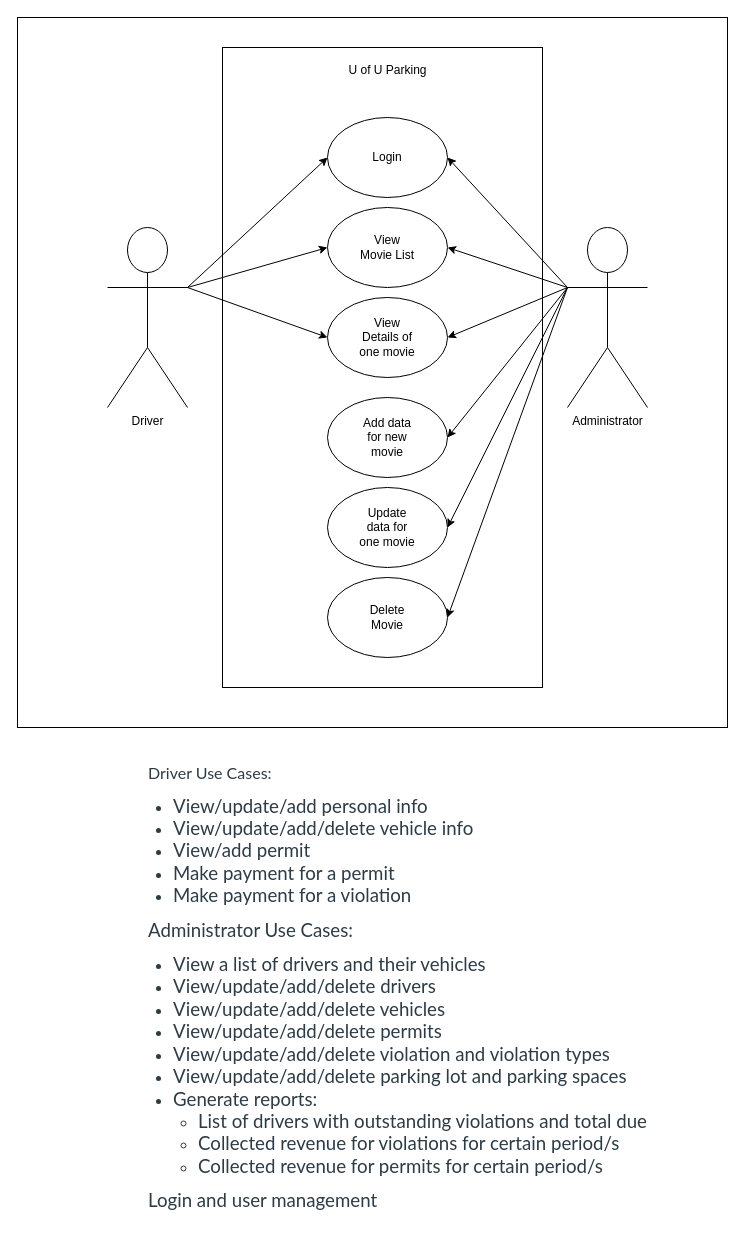
The draw.io diagram UofUParking_ProjectP.drawio in Vicapone/Web-Based-Applications, before the edit. Source tidied: cells renumbered, new cells numbered last; positions are measured from the earlier drawing's top-left corner, leaving out a move shared by most shapes. Both pictures are drawn from the tidied source at 100%, with x=0, y=0 at pixel (17, 17).
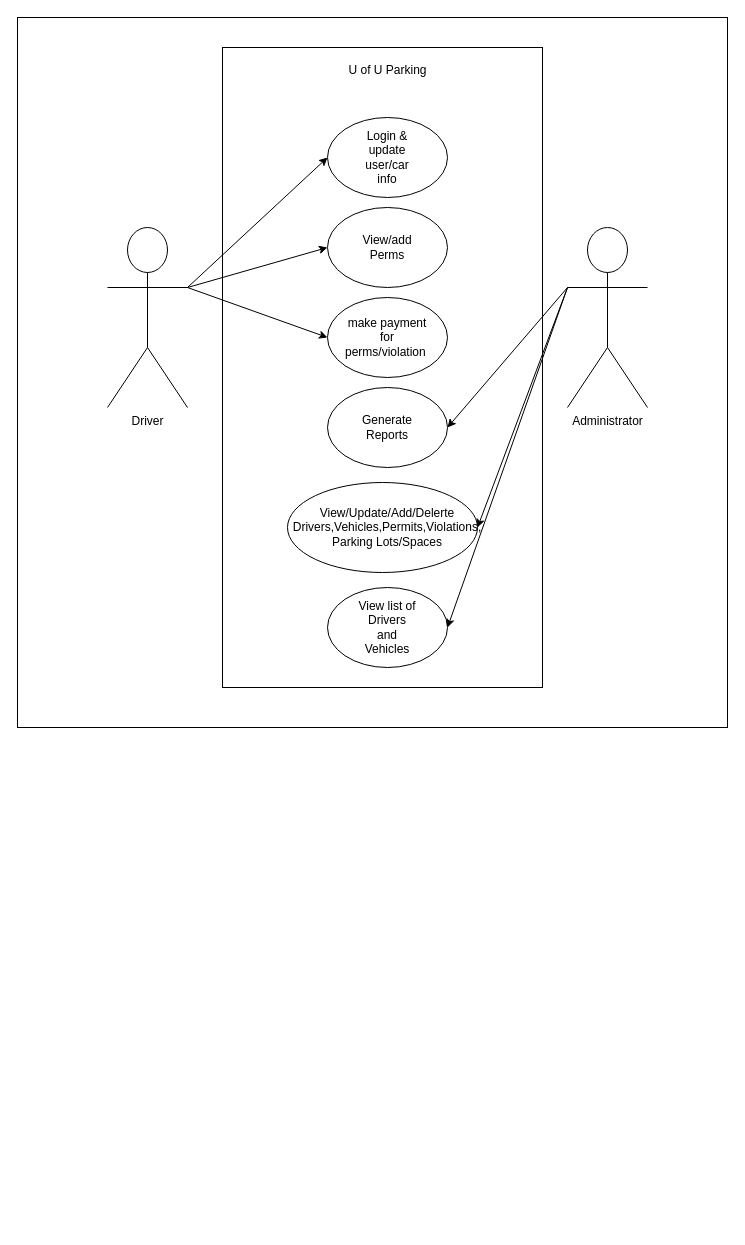
The same page after the edit.

The change refers to these unchanged cells:
```xml
<mxCell id="5" value="Administrator" style="shape=umlActor;verticalLabelPosition=bottom;verticalAlign=top;html=1;outlineConnect=0;align=center;" parent="1" vertex="1">
  <mxGeometry x="550" y="210" width="80" height="180" as="geometry" />
</mxCell>
<mxCell id="6" style="ellipse;whiteSpace=wrap;html=1;" parent="1" vertex="1">
  <mxGeometry x="310" y="100" width="120" height="80" as="geometry" />
</mxCell>
<mxCell id="9" style="ellipse;whiteSpace=wrap;html=1;" parent="1" vertex="1">
  <mxGeometry x="310" y="190" width="120" height="80" as="geometry" />
</mxCell>
<mxCell id="11" style="ellipse;whiteSpace=wrap;html=1;" parent="1" vertex="1">
  <mxGeometry x="310" y="280" width="120" height="80" as="geometry" />
</mxCell>
```

Change to the diagram source:
```diff
@@
-    <mxCell id="8" value="Login" style="text;html=1;strokeColor=none;fillColor=none;align=center;verticalAlign=middle;whiteSpace=wrap;rounded=0;" parent="1" vertex="1">
+    <mxCell id="8" value="Login &amp;amp; update user/car info" style="text;html=1;strokeColor=none;fillColor=none;align=center;verticalAlign=middle;whiteSpace=wrap;rounded=0;" parent="1" vertex="1">
       <mxGeometry x="340" y="125" width="60" height="30" as="geometry" />
     </mxCell>
@@
-    <mxCell id="10" value="View Movie List" style="text;html=1;strokeColor=none;fillColor=none;align=center;verticalAlign=middle;whiteSpace=wrap;rounded=0;" parent="1" vertex="1">
+    <mxCell id="10" value="View/add Perms" style="text;html=1;strokeColor=none;fillColor=none;align=center;verticalAlign=middle;whiteSpace=wrap;rounded=0;" parent="1" vertex="1">
       <mxGeometry x="340" y="215" width="60" height="30" as="geometry" />
     </mxCell>
@@
-    <mxCell id="12" value="View Details of one movie" style="text;html=1;strokeColor=none;fillColor=none;align=center;verticalAlign=middle;whiteSpace=wrap;rounded=0;" parent="1" vertex="1">
+    <mxCell id="12" value="make payment for perms/violation&amp;nbsp;&lt;br&gt;" style="text;html=1;strokeColor=none;fillColor=none;align=center;verticalAlign=middle;whiteSpace=wrap;rounded=0;" parent="1" vertex="1">
       <mxGeometry x="340" y="305" width="60" height="30" as="geometry" />
     </mxCell>
     <mxCell id="13" style="ellipse;whiteSpace=wrap;html=1;" parent="1" vertex="1">
-      <mxGeometry x="310" y="380" width="120" height="80" as="geometry" />
+      <mxGeometry x="310" y="370" width="120" height="80" as="geometry" />
     </mxCell>
-    <mxCell id="14" value="Add data for new movie" style="text;html=1;strokeColor=none;fillColor=none;align=center;verticalAlign=middle;whiteSpace=wrap;rounded=0;" parent="1" vertex="1">
-      <mxGeometry x="340" y="405" width="60" height="30" as="geometry" />
+    <mxCell id="14" value="Generate Reports" style="text;html=1;strokeColor=none;fillColor=none;align=center;verticalAlign=middle;whiteSpace=wrap;rounded=0;" parent="1" vertex="1">
+      <mxGeometry x="340" y="395" width="60" height="30" as="geometry" />
     </mxCell>
     <mxCell id="15" style="ellipse;whiteSpace=wrap;html=1;" parent="1" vertex="1">
-      <mxGeometry x="310" y="470" width="120" height="80" as="geometry" />
+      <mxGeometry x="270" y="465" width="190" height="90" as="geometry" />
     </mxCell>
-    <mxCell id="16" value="Update data for one movie" style="text;html=1;strokeColor=none;fillColor=none;align=center;verticalAlign=middle;whiteSpace=wrap;rounded=0;" parent="1" vertex="1">
+    <mxCell id="16" value="View/Update/Add/Delerte&lt;br&gt;Drivers,Vehicles,Permits,Violations,&lt;br&gt;Parking Lots/Spaces" style="text;html=1;strokeColor=none;fillColor=none;align=center;verticalAlign=middle;whiteSpace=wrap;rounded=0;" parent="1" vertex="1">
       <mxGeometry x="340" y="495" width="60" height="30" as="geometry" />
     </mxCell>
     <mxCell id="17" style="ellipse;whiteSpace=wrap;html=1;" parent="1" vertex="1">
-      <mxGeometry x="310" y="560" width="120" height="80" as="geometry" />
+      <mxGeometry x="310" y="570" width="120" height="80" as="geometry" />
     </mxCell>
-    <mxCell id="18" value="Delete Movie" style="text;html=1;strokeColor=none;fillColor=none;align=center;verticalAlign=middle;whiteSpace=wrap;rounded=0;" parent="1" vertex="1">
-      <mxGeometry x="340" y="585" width="60" height="30" as="geometry" />
+    <mxCell id="18" value="View list of Drivers and Vehicles" style="text;html=1;strokeColor=none;fillColor=none;align=center;verticalAlign=middle;whiteSpace=wrap;rounded=0;" parent="1" vertex="1">
+      <mxGeometry x="340" y="595" width="60" height="30" as="geometry" />
     </mxCell>
@@
-    <mxCell id="22" style="endArrow=classic;html=1;rounded=0;exitX=0;exitY=0.3333333333333333;exitDx=0;exitDy=0;exitPerimeter=0;entryX=1;entryY=0.5;entryDx=0;entryDy=0;" parent="1" edge="1" source="5" target="6">
-      <mxGeometry relative="1" as="geometry" />
-    </mxCell>
-    <mxCell id="23" style="endArrow=classic;html=1;rounded=0;exitX=0;exitY=0.3333333333333333;exitDx=0;exitDy=0;exitPerimeter=0;entryX=1;entryY=0.5;entryDx=0;entryDy=0;" parent="1" edge="1" source="5" target="9">
-      <mxGeometry relative="1" as="geometry" />
-    </mxCell>
-    <mxCell id="24" style="endArrow=classic;html=1;rounded=0;exitX=0;exitY=0.3333333333333333;exitDx=0;exitDy=0;exitPerimeter=0;entryX=1;entryY=0.5;entryDx=0;entryDy=0;" parent="1" edge="1" source="5" target="11">
-      <mxGeometry relative="1" as="geometry" />
-    </mxCell>
@@
-    <mxCell id="28" value="&lt;p style=&quot;font-size: 16px; text-align: start; margin: 12px 0px; caret-color: rgb(45, 59, 69); color: rgb(45, 59, 69); font-family: &amp;quot;Lato Extended&amp;quot;, Lato, &amp;quot;Helvetica Neue&amp;quot;, Helvetica, Arial, sans-serif;&quot;&gt;Driver Use Cases:&lt;/p&gt;&lt;ul style=&quot;font-size: 16px; text-align: start; padding: 0px; margin: 0px 0px 6px 25px; caret-color: rgb(45, 59, 69); color: rgb(45, 59, 69); font-family: &amp;quot;Lato Extended&amp;quot;, Lato, &amp;quot;Helvetica Neue&amp;quot;, Helvetica, Arial, sans-serif;&quot;&gt;&lt;li&gt;&lt;span style=&quot;font-size: 14pt;&quot;&gt;View/update/add personal info&lt;/span&gt;&lt;/li&gt;&lt;li&gt;&lt;span style=&quot;font-size: 14pt;&quot;&gt;View/update/add/delete vehicle info&lt;/span&gt;&lt;/li&gt;&lt;li&gt;&lt;span style=&quot;font-size: 14pt;&quot;&gt;View/add permit&lt;/span&gt;&lt;/li&gt;&lt;li&gt;&lt;span style=&quot;font-size: 14pt;&quot;&gt;Make payment for a permit&lt;/span&gt;&lt;/li&gt;&lt;li&gt;&lt;span style=&quot;font-size: 14pt;&quot;&gt;Make payment for a violation&lt;/span&gt;&lt;/li&gt;&lt;/ul&gt;&lt;p style=&quot;font-size: 16px; text-align: start; margin: 12px 0px; caret-color: rgb(45, 59, 69); color: rgb(45, 59, 69); font-family: &amp;quot;Lato Extended&amp;quot;, Lato, &amp;quot;Helvetica Neue&amp;quot;, Helvetica, Arial, sans-serif;&quot;&gt;&lt;span style=&quot;font-size: 14pt;&quot;&gt;Administrator Use Cases:&lt;/span&gt;&lt;/p&gt;&lt;ul style=&quot;font-size: 16px; text-align: start; padding: 0px; margin: 0px 0px 6px 25px; caret-color: rgb(45, 59, 69); color: rgb(45, 59, 69); font-family: &amp;quot;Lato Extended&amp;quot;, Lato, &amp;quot;Helvetica Neue&amp;quot;, Helvetica, Arial, sans-serif;&quot;&gt;&lt;li&gt;&lt;span style=&quot;font-size: 14pt;&quot;&gt;View a list of drivers and their vehicles&lt;/span&gt;&lt;/li&gt;&lt;li&gt;&lt;span style=&quot;font-size: 14pt;&quot;&gt;View/update/add/delete drivers&lt;/span&gt;&lt;/li&gt;&lt;li&gt;&lt;span style=&quot;font-size: 14pt;&quot;&gt;View/update/add/delete vehicles&lt;/span&gt;&lt;/li&gt;&lt;li&gt;&lt;span style=&quot;font-size: 14pt;&quot;&gt;View/update/add/delete permits&lt;/span&gt;&lt;/li&gt;&lt;li&gt;&lt;span style=&quot;font-size: 14pt;&quot;&gt;View/update/add/delete violation and violation types&lt;/span&gt;&lt;/li&gt;&lt;li&gt;&lt;span style=&quot;font-size: 14pt;&quot;&gt;View/update/add/delete parking lot and parking spaces&lt;/span&gt;&lt;/li&gt;&lt;li&gt;&lt;span style=&quot;font-size: 14pt;&quot;&gt;Generate reports:&lt;/span&gt;&lt;ul style=&quot;padding: 0px; margin: 0px 0px 0px 25px;&quot;&gt;&lt;li&gt;&lt;span style=&quot;font-size: 14pt;&quot;&gt;List of drivers with outstanding violations and total due&lt;/span&gt;&lt;/li&gt;&lt;li&gt;&lt;span style=&quot;font-size: 14pt;&quot;&gt;Collected revenue for violations for certain period/s&lt;/span&gt;&lt;/li&gt;&lt;li&gt;&lt;span style=&quot;font-size: 14pt;&quot;&gt;Collected revenue for permits for certain period/s&lt;/span&gt;&lt;/li&gt;&lt;/ul&gt;&lt;/li&gt;&lt;/ul&gt;&lt;p style=&quot;font-size: 16px; text-align: start; margin: 12px 0px; caret-color: rgb(45, 59, 69); color: rgb(45, 59, 69); font-family: &amp;quot;Lato Extended&amp;quot;, Lato, &amp;quot;Helvetica Neue&amp;quot;, Helvetica, Arial, sans-serif;&quot;&gt;&lt;span style=&quot;font-size: 14pt;&quot;&gt;Login and user management&lt;/span&gt;&lt;/p&gt;" style="text;html=1;align=center;verticalAlign=middle;strokeColor=none;fillColor=none;" parent="1" vertex="1">
-      <mxGeometry x="110" y="730" width="540" height="480" as="geometry" />
-    </mxCell>
```
